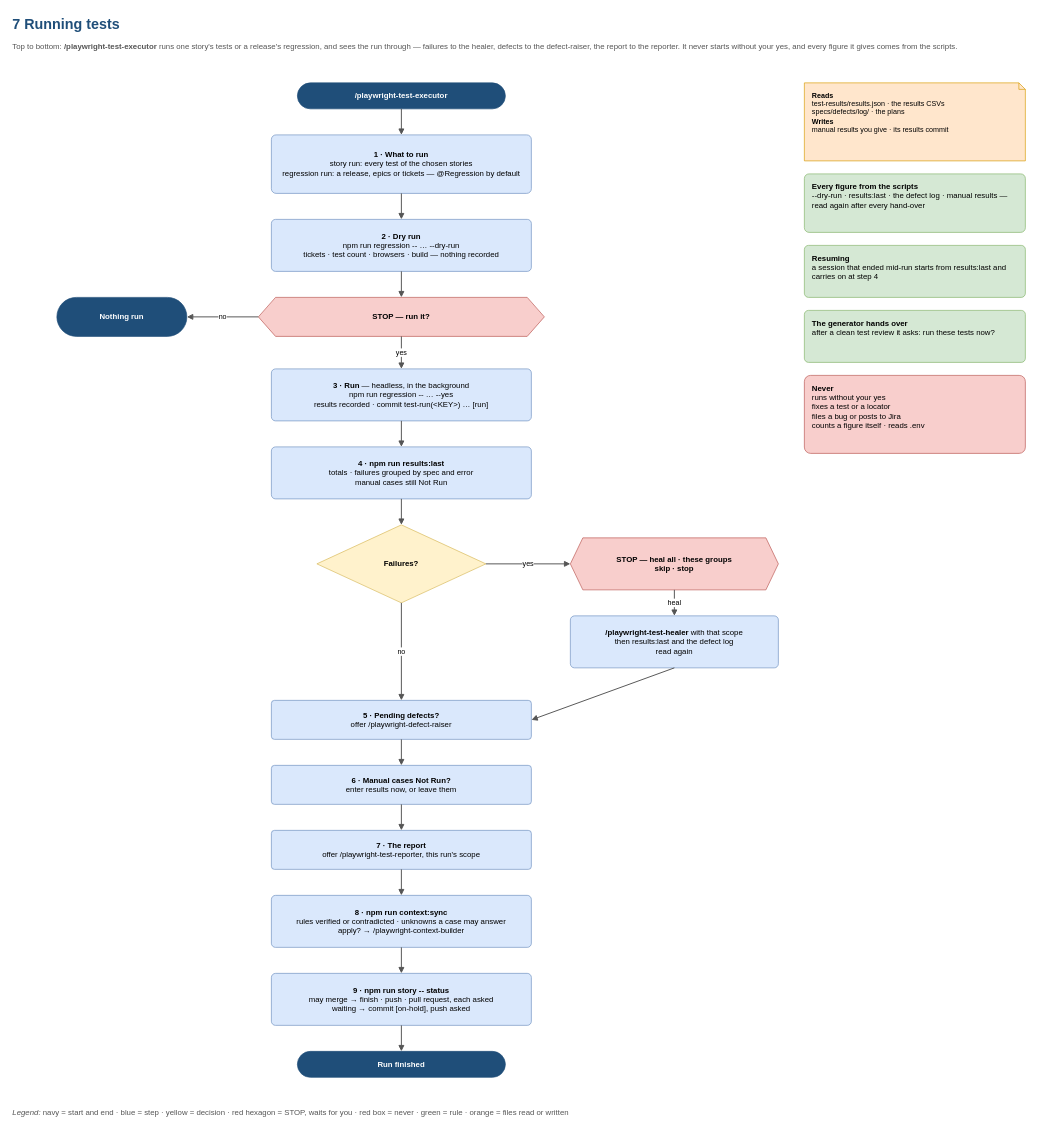
absjabed/ai-qa-harness keeps this draw.io diagram as page "7 Running tests" (7 of 13) of docs/harness-docs/diagrams/ai-qa-harness/ai-qa-harness.drawio. Above is the earlier version. Source tidied: cells renumbered, new cells numbered last; positions are measured from the earlier drawing's top-left corner, leaving out a move shared by most shapes. Both pictures are drawn from the tidied source at 65%, with x=0, y=0 at pixel (11, 11).
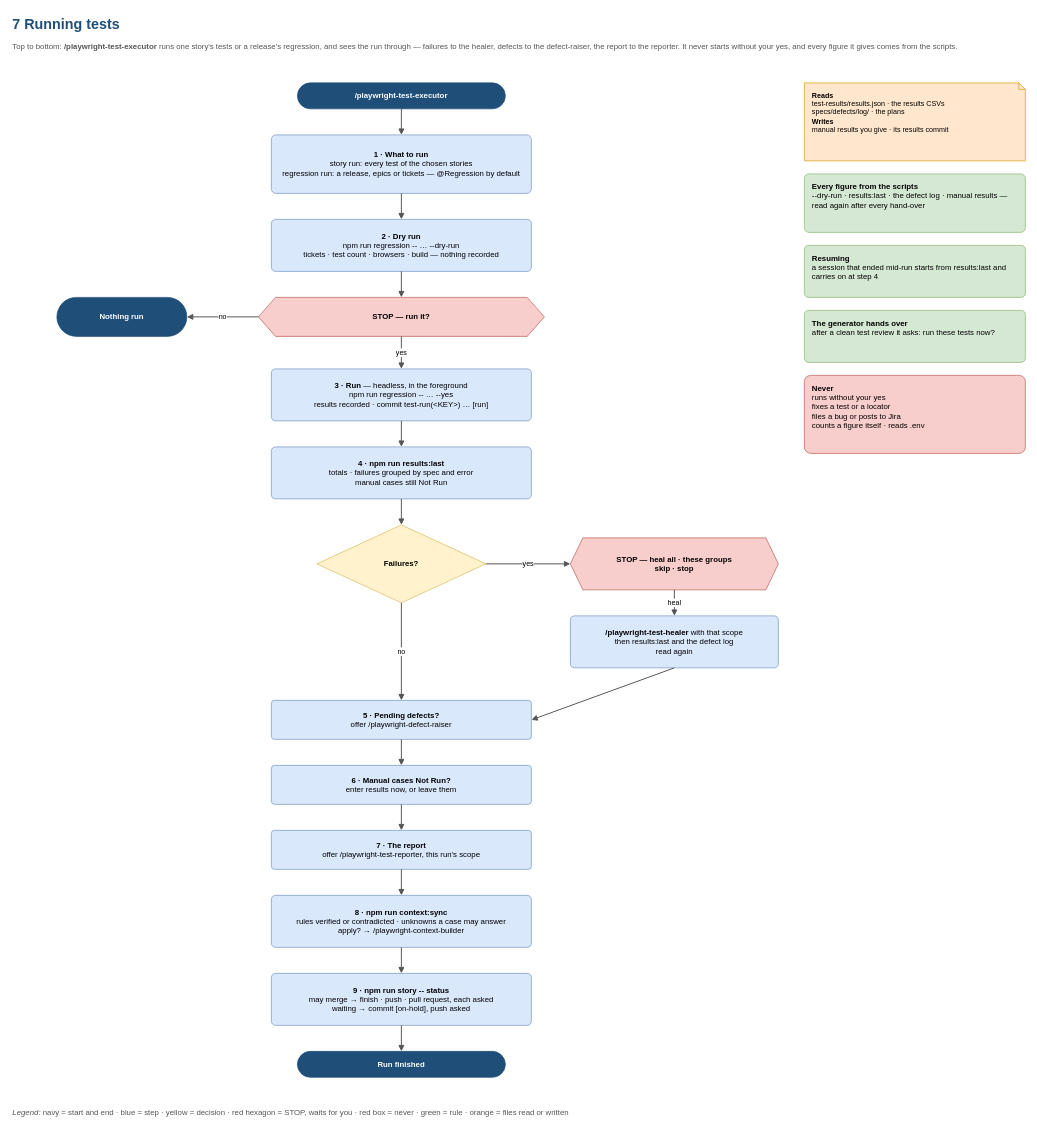
The same diagram, later.

Commit message (it also covers changes not shown here):
Executor always runs tests in the foreground

The edit, as a diff of the source:
```diff
@@
-    <mxCell id="9" value="&lt;b&gt;3 · Run&lt;/b&gt; — headless, in the background&lt;br&gt;npm run regression -- … --yes&lt;br&gt;results recorded · commit test-run(&amp;lt;KEY&amp;gt;) … [run]" style="fontFamily=Helvetica;html=1;whiteSpace=wrap;rounded=1;arcSize=8;fillColor=#dae8fc;strokeColor=#6c8ebf;fontSize=12;" parent="1" vertex="1">
+    <mxCell id="9" value="&lt;b&gt;3 · Run&lt;/b&gt; — headless, in the foreground&lt;br&gt;npm run regression -- … --yes&lt;br&gt;results recorded · commit test-run(&amp;lt;KEY&amp;gt;) … [run]" style="fontFamily=Helvetica;html=1;whiteSpace=wrap;rounded=1;arcSize=8;fillColor=#dae8fc;strokeColor=#6c8ebf;fontSize=12;" parent="1" vertex="1">
       <mxGeometry x="400" y="550" width="400" height="80" as="geometry" />
     </mxCell>
```
